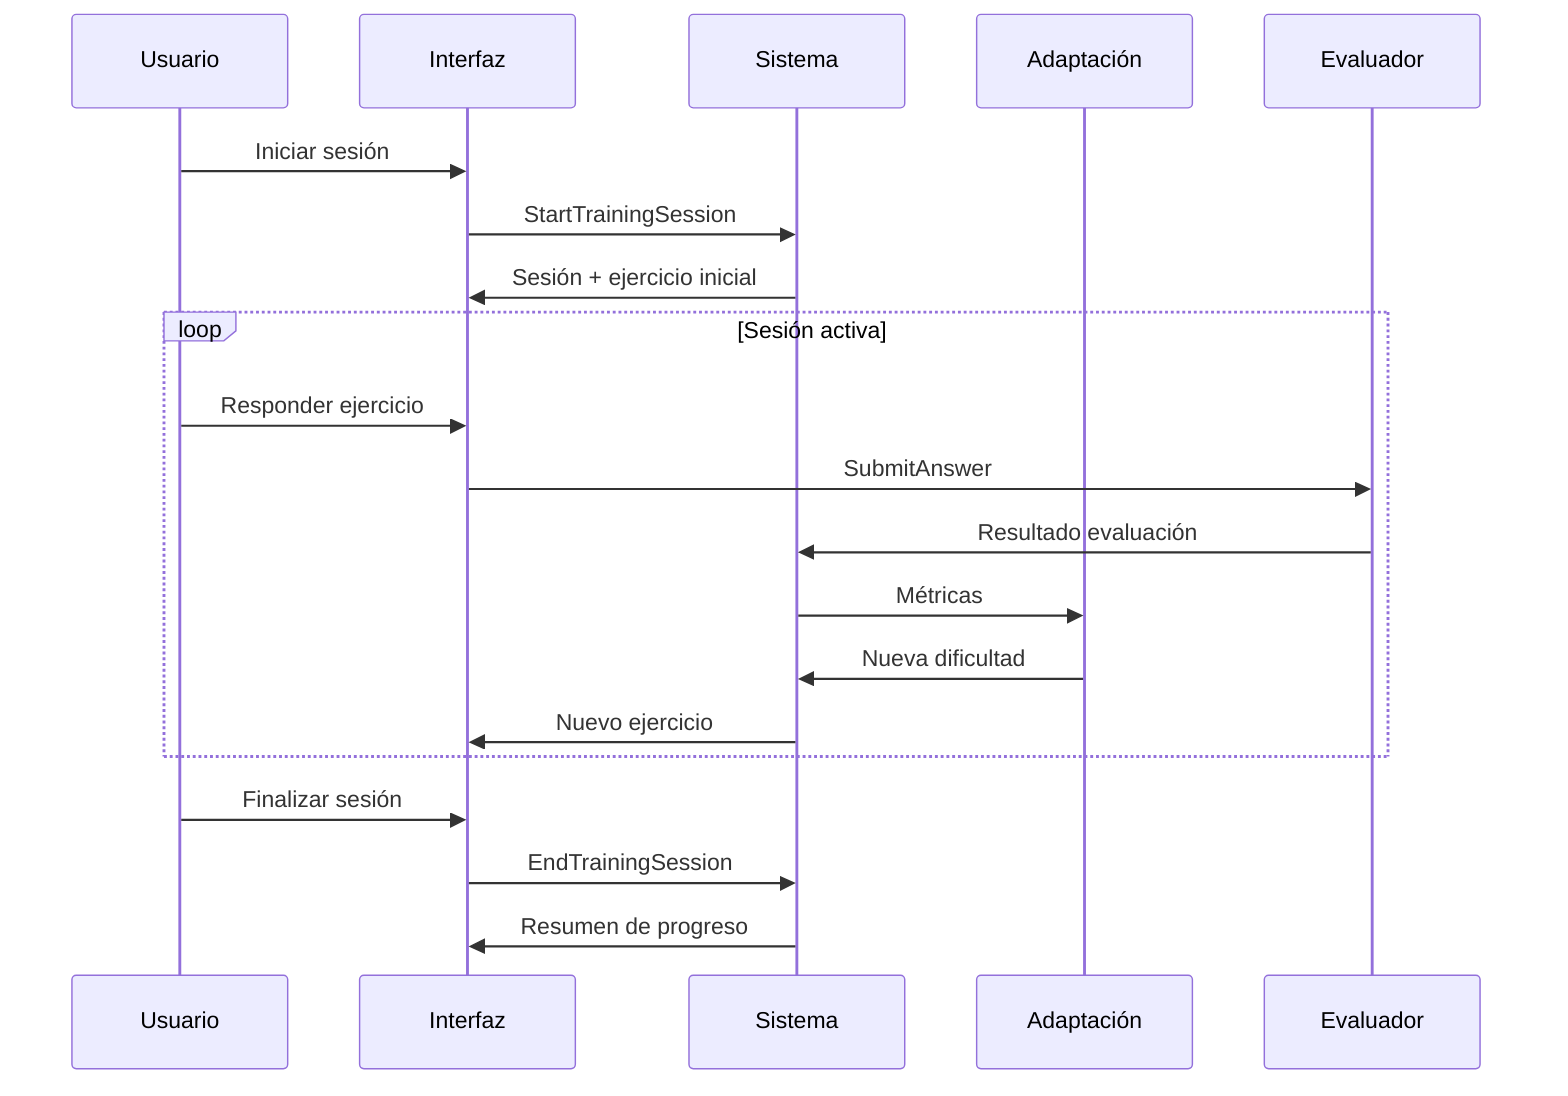
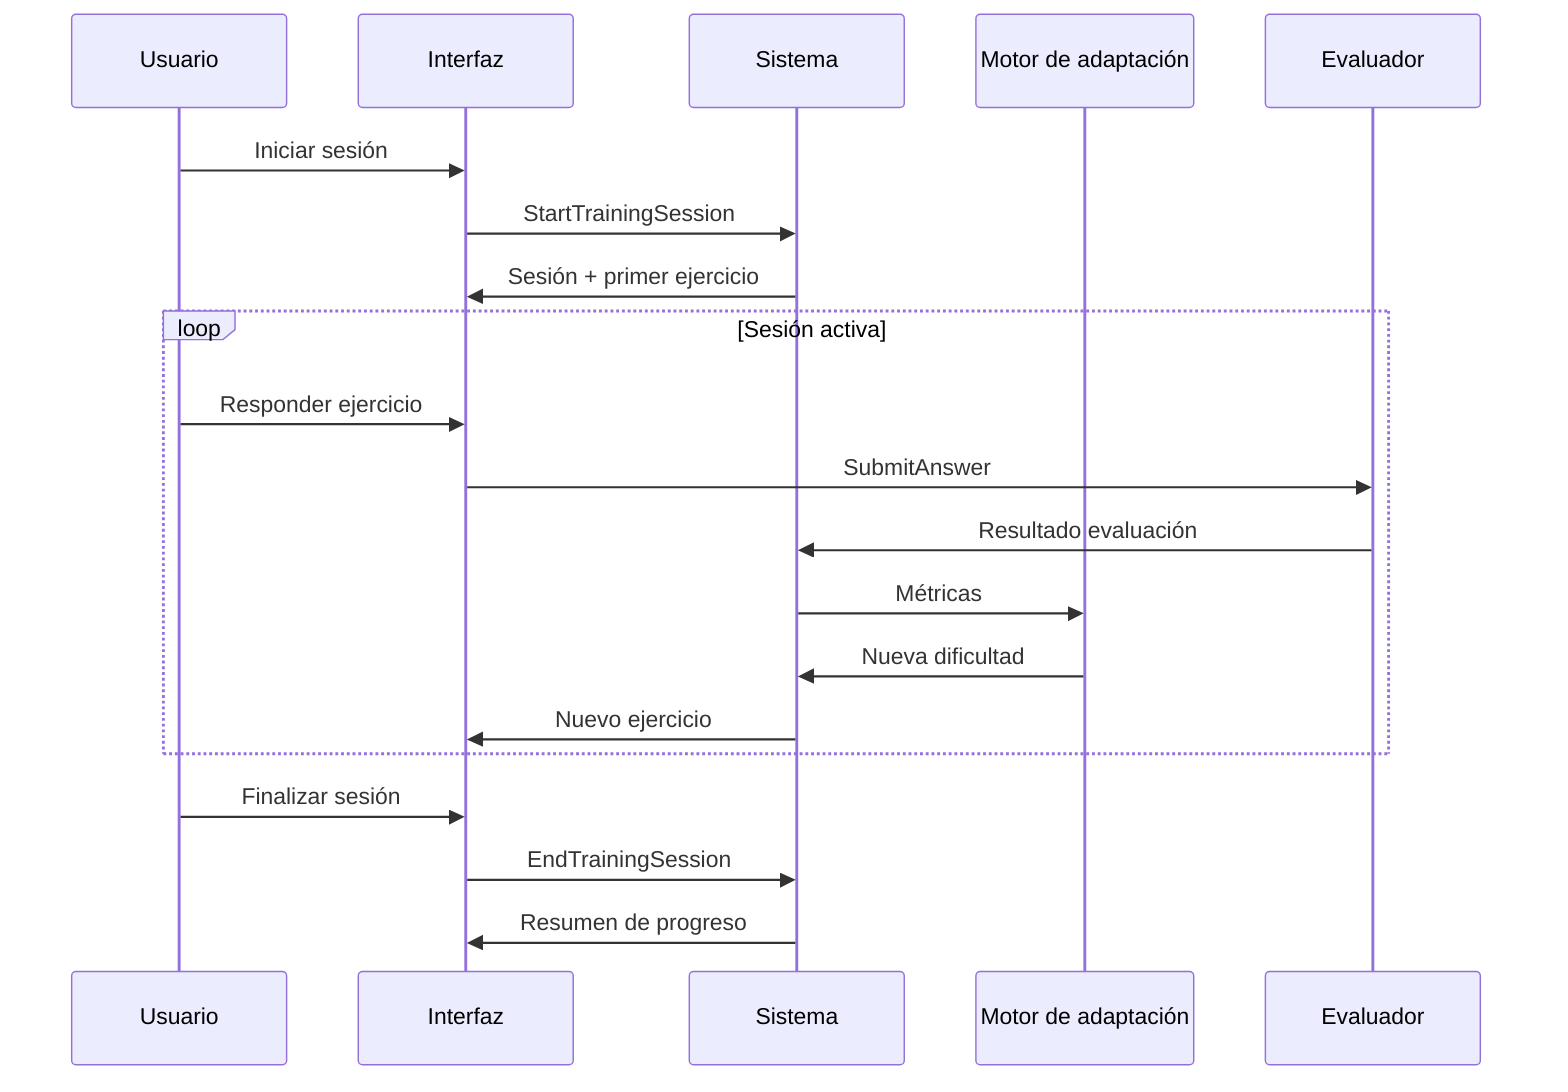
sequenceDiagram

participant U as Usuario
participant UI as Interfaz
participant S as Sistema
- participant A as Adaptación
+ participant A as Motor de adaptación
participant E as Evaluador

U->>UI: Iniciar sesión
UI->>S: StartTrainingSession
- S->>UI: Sesión + ejercicio inicial
+ S->>UI: Sesión + primer ejercicio

loop Sesión activa
    U->>UI: Responder ejercicio
    UI->>E: SubmitAnswer
    E->>S: Resultado evaluación
    S->>A: Métricas
    A->>S: Nueva dificultad
    S->>UI: Nuevo ejercicio
end

U->>UI: Finalizar sesión
UI->>S: EndTrainingSession
S->>UI: Resumen de progreso